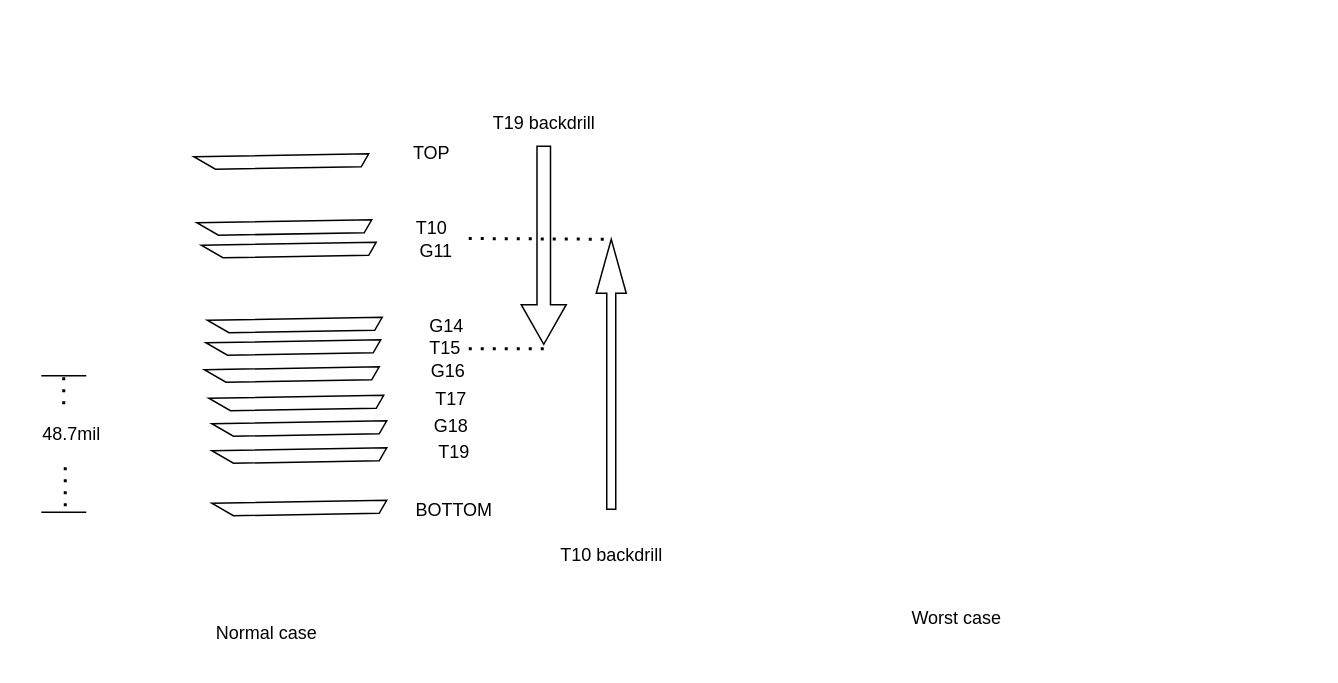
kongzhongfeima/draw_io keeps this draw.io diagram as row1_row4_crosstalk.drawio. Above is the earlier version. Source tidied: cells renumbered, new cells numbered last; positions are measured from the earlier drawing's top-left corner, leaving out a move shared by most shapes. Both pictures are drawn from the tidied source at 150%, with x=0, y=0 at pixel (26, 100).
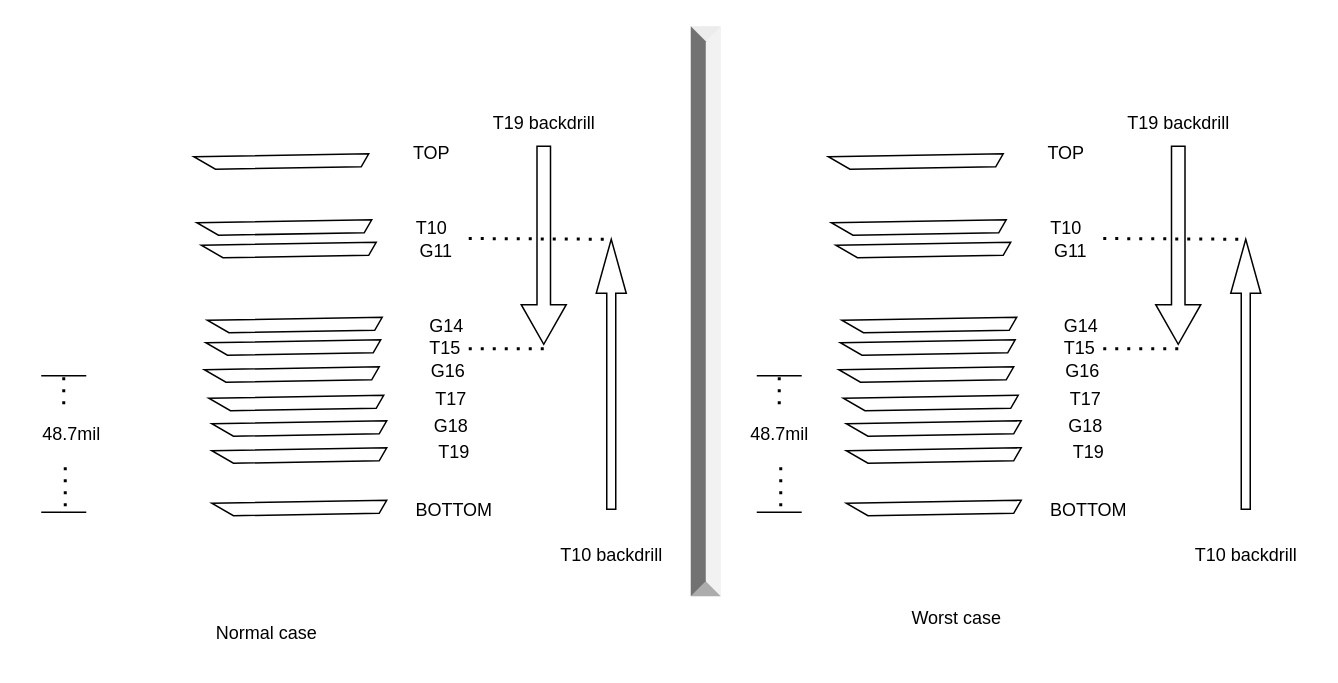
The same page after the edit.

What changed in the source:
```diff
@@
+    <mxCell id="35" style="verticalLabelPosition=bottom;verticalAlign=top;html=1;shape=mxgraph.basic.diag_stripe;dx=10;rotation=30;" parent="1" vertex="1">
+      <mxGeometry x="543" y="6" width="100" height="60" as="geometry" />
+    </mxCell>
+    <mxCell id="36" style="verticalLabelPosition=bottom;verticalAlign=top;html=1;shape=mxgraph.basic.diag_stripe;dx=10;rotation=30;" parent="1" vertex="1">
+      <mxGeometry x="545" y="50" width="100" height="60" as="geometry" />
+    </mxCell>
+    <mxCell id="37" style="verticalLabelPosition=bottom;verticalAlign=top;html=1;shape=mxgraph.basic.diag_stripe;dx=10;rotation=30;" parent="1" vertex="1">
+      <mxGeometry x="553" y="167" width="100" height="60" as="geometry" />
+    </mxCell>
+    <mxCell id="38" style="verticalLabelPosition=bottom;verticalAlign=top;html=1;shape=mxgraph.basic.diag_stripe;dx=10;rotation=30;" parent="1" vertex="1">
+      <mxGeometry x="555" y="237" width="100" height="60" as="geometry" />
+    </mxCell>
+    <mxCell id="39" value="TOP" style="text;html=1;align=center;verticalAlign=middle;strokeColor=none;fillColor=none;" parent="1" vertex="1">
+      <mxGeometry x="668" y="20" width="50" height="30" as="geometry" />
+    </mxCell>
+    <mxCell id="40" value="T10" style="text;html=1;align=center;verticalAlign=middle;strokeColor=none;fillColor=none;" parent="1" vertex="1">
+      <mxGeometry x="673" y="70" width="40" height="30" as="geometry" />
+    </mxCell>
+    <mxCell id="41" value="T17" style="text;html=1;align=center;verticalAlign=middle;strokeColor=none;fillColor=none;" parent="1" vertex="1">
+      <mxGeometry x="686" y="184" width="40" height="30" as="geometry" />
+    </mxCell>
+    <mxCell id="42" value="BOTTOM" style="text;html=1;align=center;verticalAlign=middle;strokeColor=none;fillColor=none;" parent="1" vertex="1">
+      <mxGeometry x="673" y="258" width="70" height="30" as="geometry" />
+    </mxCell>
+    <mxCell id="43" style="verticalLabelPosition=bottom;verticalAlign=top;html=1;shape=mxgraph.basic.diag_stripe;dx=10;rotation=30;" parent="1" vertex="1">
+      <mxGeometry x="550" y="148" width="100" height="60" as="geometry" />
+    </mxCell>
+    <mxCell id="44" value="G16" style="text;html=1;align=center;verticalAlign=middle;strokeColor=none;fillColor=none;" parent="1" vertex="1">
+      <mxGeometry x="679" y="165" width="50" height="30" as="geometry" />
+    </mxCell>
+    <mxCell id="45" style="verticalLabelPosition=bottom;verticalAlign=top;html=1;shape=mxgraph.basic.diag_stripe;dx=10;rotation=30;" parent="1" vertex="1">
+      <mxGeometry x="555" y="202" width="100" height="60" as="geometry" />
+    </mxCell>
+    <mxCell id="46" value="T19" style="text;html=1;align=center;verticalAlign=middle;strokeColor=none;fillColor=none;" parent="1" vertex="1">
+      <mxGeometry x="688" y="219" width="40" height="30" as="geometry" />
+    </mxCell>
+    <mxCell id="47" style="verticalLabelPosition=bottom;verticalAlign=top;html=1;shape=mxgraph.basic.diag_stripe;dx=10;rotation=30;" parent="1" vertex="1">
+      <mxGeometry x="555" y="184" width="100" height="60" as="geometry" />
+    </mxCell>
+    <mxCell id="48" value="G18" style="text;html=1;align=center;verticalAlign=middle;strokeColor=none;fillColor=none;" parent="1" vertex="1">
+      <mxGeometry x="681" y="202" width="50" height="30" as="geometry" />
+    </mxCell>
+    <mxCell id="49" style="endArrow=none;html=1;rounded=0;" parent="1" edge="1">
+      <mxGeometry relative="1" as="geometry">
+        <mxPoint x="487" y="183" as="sourcePoint" />
+        <mxPoint x="517" y="183" as="targetPoint" />
+      </mxGeometry>
+    </mxCell>
+    <mxCell id="50" style="endArrow=none;html=1;rounded=0;" parent="1" edge="1">
+      <mxGeometry relative="1" as="geometry">
+        <mxPoint x="487" y="274" as="sourcePoint" />
+        <mxPoint x="517" y="274" as="targetPoint" />
+      </mxGeometry>
+    </mxCell>
+    <mxCell id="51" style="endArrow=none;dashed=1;html=1;dashPattern=1 3;strokeWidth=2;rounded=0;" parent="1" edge="1">
+      <mxGeometry relative="1" as="geometry">
+        <mxPoint x="502" y="202" as="sourcePoint" />
+        <mxPoint x="502" y="184" as="targetPoint" />
+      </mxGeometry>
+    </mxCell>
+    <mxCell id="52" style="endArrow=none;dashed=1;html=1;dashPattern=1 3;strokeWidth=2;rounded=0;" parent="1" edge="1">
+      <mxGeometry relative="1" as="geometry">
+        <mxPoint x="503" y="270" as="sourcePoint" />
+        <mxPoint x="503" y="242" as="targetPoint" />
+      </mxGeometry>
+    </mxCell>
+    <mxCell id="53" value="48.7mil" style="text;html=1;align=center;verticalAlign=middle;strokeColor=none;fillColor=none;" parent="1" vertex="1">
+      <mxGeometry x="472" y="207" width="60" height="30" as="geometry" />
+    </mxCell>
+    <mxCell id="54" style="verticalLabelPosition=bottom;verticalAlign=top;html=1;shape=mxgraph.basic.diag_stripe;dx=10;rotation=30;" parent="1" vertex="1">
+      <mxGeometry x="551" y="130" width="100" height="60" as="geometry" />
+    </mxCell>
+    <mxCell id="55" value="T15" style="text;html=1;align=center;verticalAlign=middle;strokeColor=none;fillColor=none;" parent="1" vertex="1">
+      <mxGeometry x="682" y="150" width="40" height="30" as="geometry" />
+    </mxCell>
+    <mxCell id="56" style="shape=singleArrow;direction=south;whiteSpace=wrap;html=1;" parent="1" vertex="1">
+      <mxGeometry x="753" y="30" width="30" height="132" as="geometry" />
+    </mxCell>
+    <mxCell id="57" style="verticalLabelPosition=bottom;verticalAlign=top;html=1;shape=mxgraph.basic.diag_stripe;dx=10;rotation=30;" parent="1" vertex="1">
+      <mxGeometry x="548" y="65" width="100" height="60" as="geometry" />
+    </mxCell>
+    <mxCell id="58" value="G11" style="text;html=1;align=center;verticalAlign=middle;strokeColor=none;fillColor=none;" parent="1" vertex="1">
+      <mxGeometry x="671" y="85" width="50" height="30" as="geometry" />
+    </mxCell>
+    <mxCell id="59" value="T19 backdrill" style="text;html=1;align=center;verticalAlign=middle;strokeColor=none;fillColor=none;" parent="1" vertex="1">
+      <mxGeometry x="723" width="90" height="30" as="geometry" />
+    </mxCell>
+    <mxCell id="60" style="shape=singleArrow;direction=north;whiteSpace=wrap;html=1;" parent="1" vertex="1">
+      <mxGeometry x="803" y="92" width="20" height="180" as="geometry" />
+    </mxCell>
+    <mxCell id="61" style="endArrow=none;dashed=1;html=1;dashPattern=1 3;strokeWidth=2;rounded=0;" parent="1" edge="1">
+      <mxGeometry relative="1" as="geometry">
+        <mxPoint x="718" y="165" as="sourcePoint" />
+        <mxPoint x="768" y="165" as="targetPoint" />
+      </mxGeometry>
+    </mxCell>
+    <mxCell id="62" style="endArrow=none;dashed=1;html=1;dashPattern=1 3;strokeWidth=2;rounded=0;" parent="1" edge="1">
+      <mxGeometry relative="1" as="geometry">
+        <mxPoint x="718" y="91.5" as="sourcePoint" />
+        <mxPoint x="813" y="92" as="targetPoint" />
+      </mxGeometry>
+    </mxCell>
+    <mxCell id="63" style="verticalLabelPosition=bottom;verticalAlign=top;html=1;shape=mxgraph.basic.diag_stripe;dx=10;rotation=30;" parent="1" vertex="1">
+      <mxGeometry x="552" y="115" width="100" height="60" as="geometry" />
+    </mxCell>
+    <mxCell id="64" value="G14" style="text;html=1;align=center;verticalAlign=middle;strokeColor=none;fillColor=none;" parent="1" vertex="1">
+      <mxGeometry x="678" y="135" width="50" height="30" as="geometry" />
+    </mxCell>
+    <mxCell id="65" value="T10 backdrill" style="text;html=1;align=center;verticalAlign=middle;strokeColor=none;fillColor=none;" parent="1" vertex="1">
+      <mxGeometry x="768" y="288" width="90" height="30" as="geometry" />
+    </mxCell>
+    <mxCell id="66" style="labelPosition=center;verticalLabelPosition=middle;align=center;html=1;shape=mxgraph.basic.shaded_button;dx=10;fillColor=#E6E6E6;strokeColor=none;whiteSpace=wrap;rotation=90;" parent="1" vertex="1">
+      <mxGeometry x="263" y="130" width="380" height="20" as="geometry" />
+    </mxCell>
```
